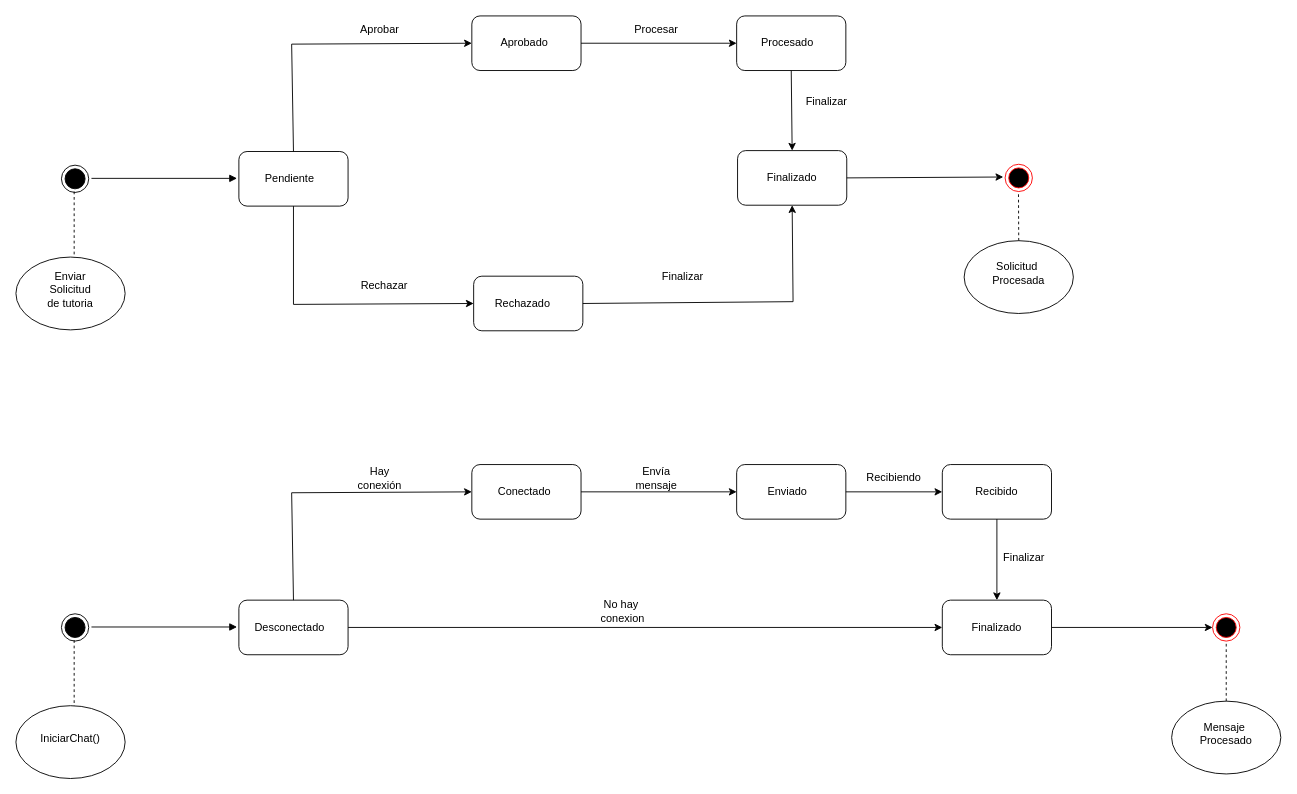
Before: DIAGRAMA DE ESTADO!.drawio in TP-SE1/TP_SOS-UC, a draw.io diagram. Source tidied: cells renumbered, new cells numbered last; positions are measured from the earlier drawing's top-left corner, leaving out a move shared by most shapes. Both pictures are drawn from the tidied source at 91%, with x=0, y=0 at pixel (15, 15).
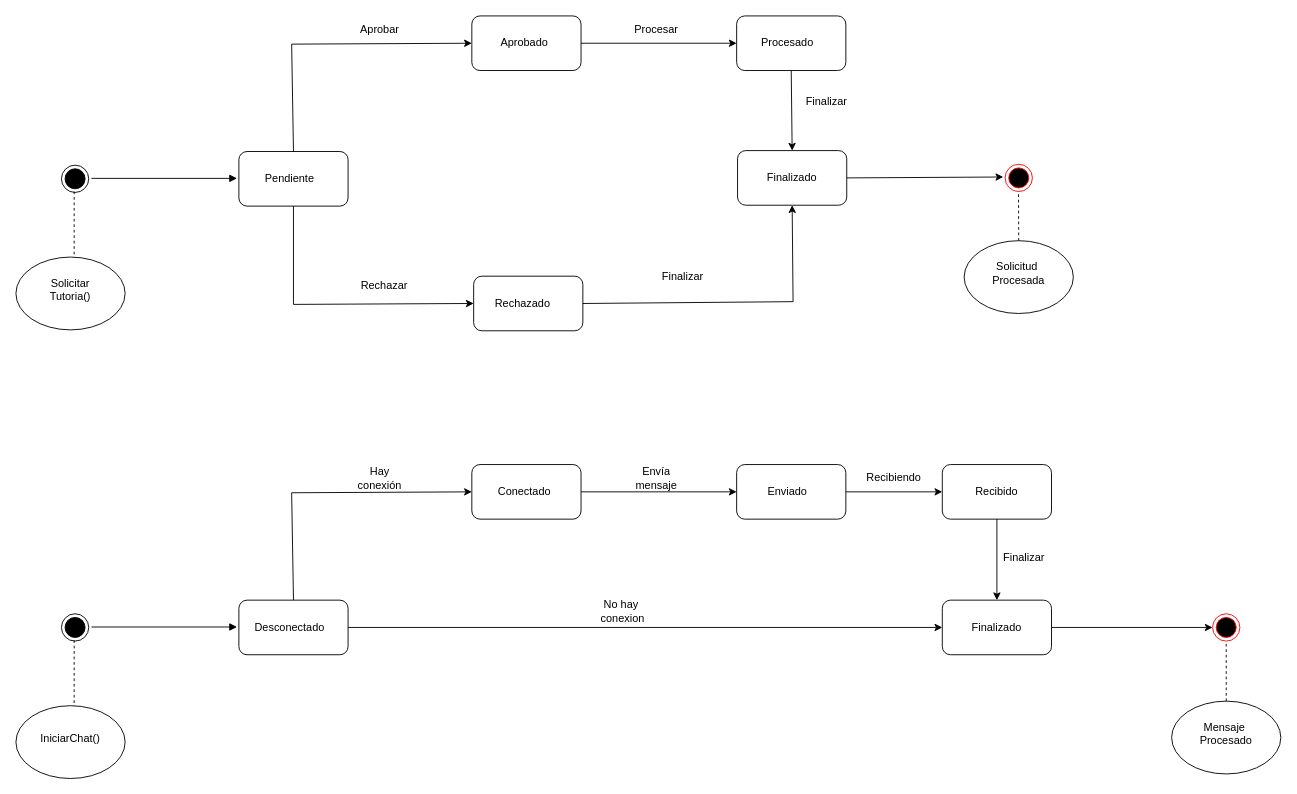
Above is the later version.

The edit, as a diff of the source:
```diff
@@
-    <mxCell id="5" value="Enviar Solicitud de tutoria" style="text;html=1;strokeColor=none;fillColor=none;align=center;verticalAlign=middle;whiteSpace=wrap;rounded=0;" parent="1" vertex="1">
+    <mxCell id="5" value="Solicitar&lt;br&gt;Tutoria()" style="text;html=1;strokeColor=none;fillColor=none;align=center;verticalAlign=middle;whiteSpace=wrap;rounded=0;" parent="1" vertex="1">
       <mxGeometry x="30" y="286" width="60" height="30" as="geometry" />
     </mxCell>
```
